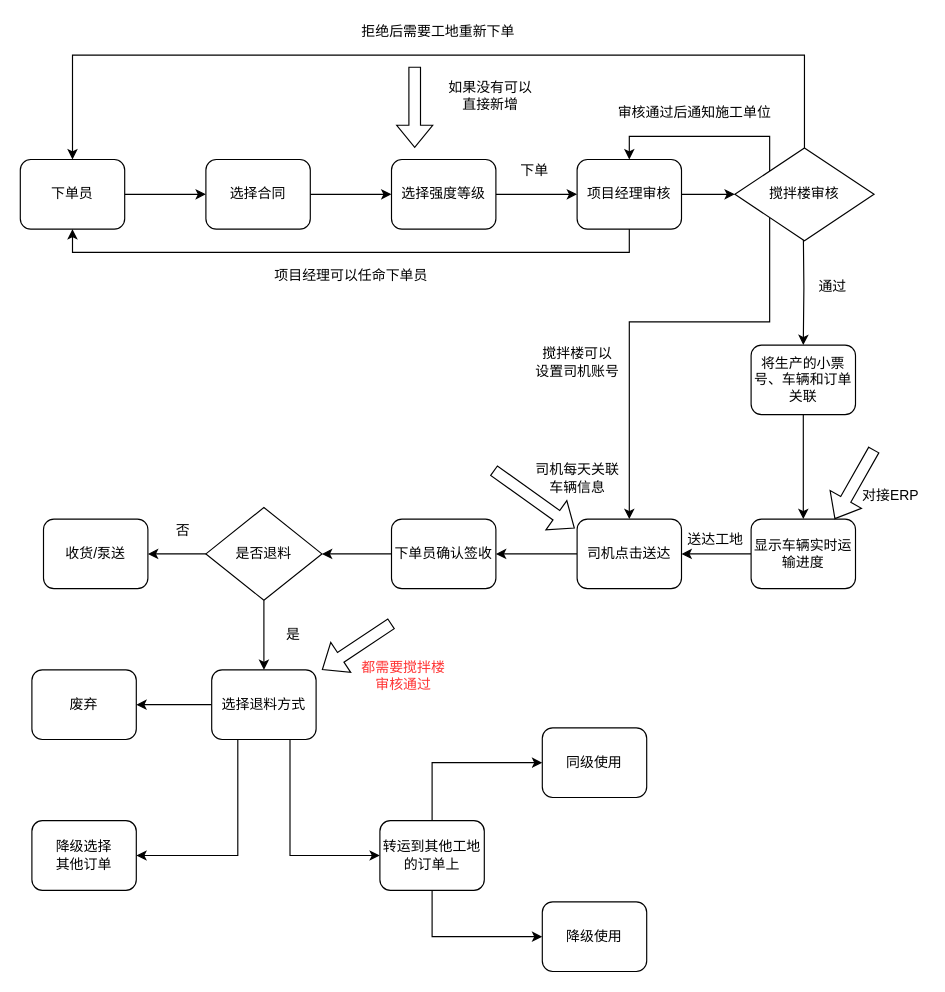
The draw.io diagram hnt/商砼下单流程.drawio in Napoleon1234/Draw, before the edit. Source tidied: cells renumbered, new cells numbered last; positions are measured from the earlier drawing's top-left corner, leaving out a move shared by most shapes. Both pictures are drawn from the tidied source at 116%, with x=0, y=0 at pixel (20, 20).
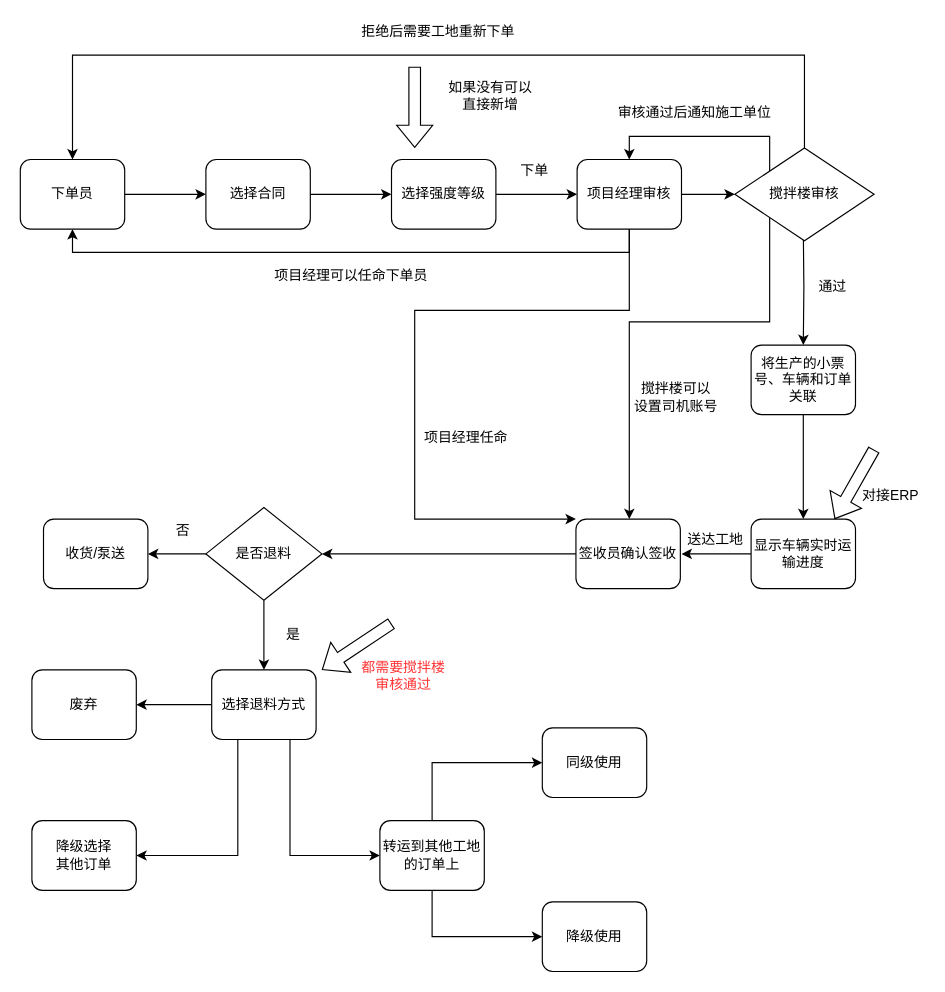
The same diagram, later.

Commit message:
Update 商砼下单流程.drawio

Unchanged cells that the change refers to:
```xml
<mxCell id="12" value="项目经理审核" style="rounded=1;whiteSpace=wrap;html=1;fontSize=12;glass=0;strokeWidth=1;shadow=0;" parent="1" vertex="1">
  <mxGeometry x="480" y="120" width="90" height="60" as="geometry" />
</mxCell>
<mxCell id="24" value="搅拌楼审核" style="rhombus;whiteSpace=wrap;html=1;" parent="1" vertex="1">
  <mxGeometry x="616" y="110" width="120" height="80" as="geometry" />
</mxCell>
<mxCell id="26" value="显示车辆实时运输进度" style="rounded=1;whiteSpace=wrap;html=1;fontSize=12;glass=0;strokeWidth=1;shadow=0;" parent="1" vertex="1">
  <mxGeometry x="630" y="430" width="90" height="60" as="geometry" />
</mxCell>
```

Change to the diagram source:
```diff
@@
+    <mxCell id="56" style="edgeStyle=orthogonalEdgeStyle;rounded=0;jettySize=auto;html=1;entryX=0;entryY=0;entryDx=0;entryDy=0;" parent="1" edge="1" source="12" target="33">
+      <mxGeometry relative="1" as="geometry">
+        <Array as="points">
+          <mxPoint x="525" y="250" />
+          <mxPoint x="340" y="250" />
+          <mxPoint x="340" y="430" />
+        </Array>
+      </mxGeometry>
+    </mxCell>
@@
-    <mxCell id="23" style="edgeStyle=orthogonalEdgeStyle;rounded=0;jettySize=auto;html=1;exitX=0;exitY=1;exitDx=0;exitDy=0;entryX=0.5;entryY=0;entryDx=0;entryDy=0;" parent="1" edge="1" source="24" target="30">
+    <mxCell id="23" style="edgeStyle=orthogonalEdgeStyle;rounded=0;jettySize=auto;html=1;exitX=0;exitY=1;exitDx=0;exitDy=0;entryX=0.5;entryY=0;entryDx=0;entryDy=0;" parent="1" edge="1" source="24">
       <mxGeometry relative="1" as="geometry">
+        <mxPoint x="525" y="430" as="targetPoint" />
         <Array as="points">
           <mxPoint x="646" y="260" />
           <mxPoint x="525" y="260" />
         </Array>
       </mxGeometry>
     </mxCell>
@@
-    <mxCell id="25" style="edgeStyle=orthogonalEdgeStyle;rounded=0;jettySize=auto;html=1;" parent="1" edge="1" source="26" target="30">
-      <mxGeometry relative="1" as="geometry" />
+    <mxCell id="25" style="edgeStyle=orthogonalEdgeStyle;rounded=0;jettySize=auto;html=1;" parent="1" edge="1" source="26">
+      <mxGeometry relative="1" as="geometry">
+        <mxPoint x="570" y="460" as="targetPoint" />
+      </mxGeometry>
     </mxCell>
@@
-    <mxCell id="29" style="edgeStyle=orthogonalEdgeStyle;rounded=0;jettySize=auto;html=1;" parent="1" edge="1" source="30" target="33">
-      <mxGeometry relative="1" as="geometry" />
-    </mxCell>
-    <mxCell id="30" value="司机点击送达" style="rounded=1;whiteSpace=wrap;html=1;fontSize=12;glass=0;strokeWidth=1;shadow=0;" parent="1" vertex="1">
-      <mxGeometry x="480" y="430" width="90" height="60" as="geometry" />
-    </mxCell>
@@
-    <mxCell id="33" value="下单员确认签收" style="rounded=1;whiteSpace=wrap;html=1;fontSize=12;glass=0;strokeWidth=1;shadow=0;" parent="1" vertex="1">
-      <mxGeometry x="320" y="430" width="90" height="60" as="geometry" />
+    <mxCell id="33" value="签收员确认签收" style="rounded=1;whiteSpace=wrap;html=1;fontSize=12;glass=0;strokeWidth=1;shadow=0;" parent="1" vertex="1">
+      <mxGeometry x="479" y="430" width="90" height="60" as="geometry" />
     </mxCell>
     <mxCell id="34" value="搅拌楼可以&lt;br&gt;设置司机账号" style="text;html=1;align=center;verticalAlign=middle;fillColor=none;strokeColor=none;rounded=0;rotation=0;" parent="1" vertex="1">
-      <mxGeometry x="435" y="280" width="90" height="30" as="geometry" />
+      <mxGeometry x="520" y="310" width="90" height="30" as="geometry" />
     </mxCell>
@@
-    <mxCell id="54" value="司机每天关联&lt;br&gt;车辆信息" style="text;html=1;align=center;verticalAlign=middle;fillColor=none;strokeColor=none;rounded=0;" parent="1" vertex="1">
-      <mxGeometry x="435" y="380" width="90" height="30" as="geometry" />
-    </mxCell>
-    <mxCell id="55" style="shape=flexArrow;endArrow=classic;html=1;rounded=0;" parent="1" edge="1">
-      <mxGeometry relative="1" as="geometry">
-        <mxPoint x="408" y="388" as="sourcePoint" />
-        <mxPoint x="478" y="438" as="targetPoint" />
-      </mxGeometry>
-    </mxCell>
+    <mxCell id="57" value="项目经理任命" style="text;html=1;align=center;verticalAlign=middle;fillColor=none;strokeColor=none;rounded=0;" parent="1" vertex="1">
+      <mxGeometry x="339" y="350" width="90" height="20" as="geometry" />
+    </mxCell>
```
